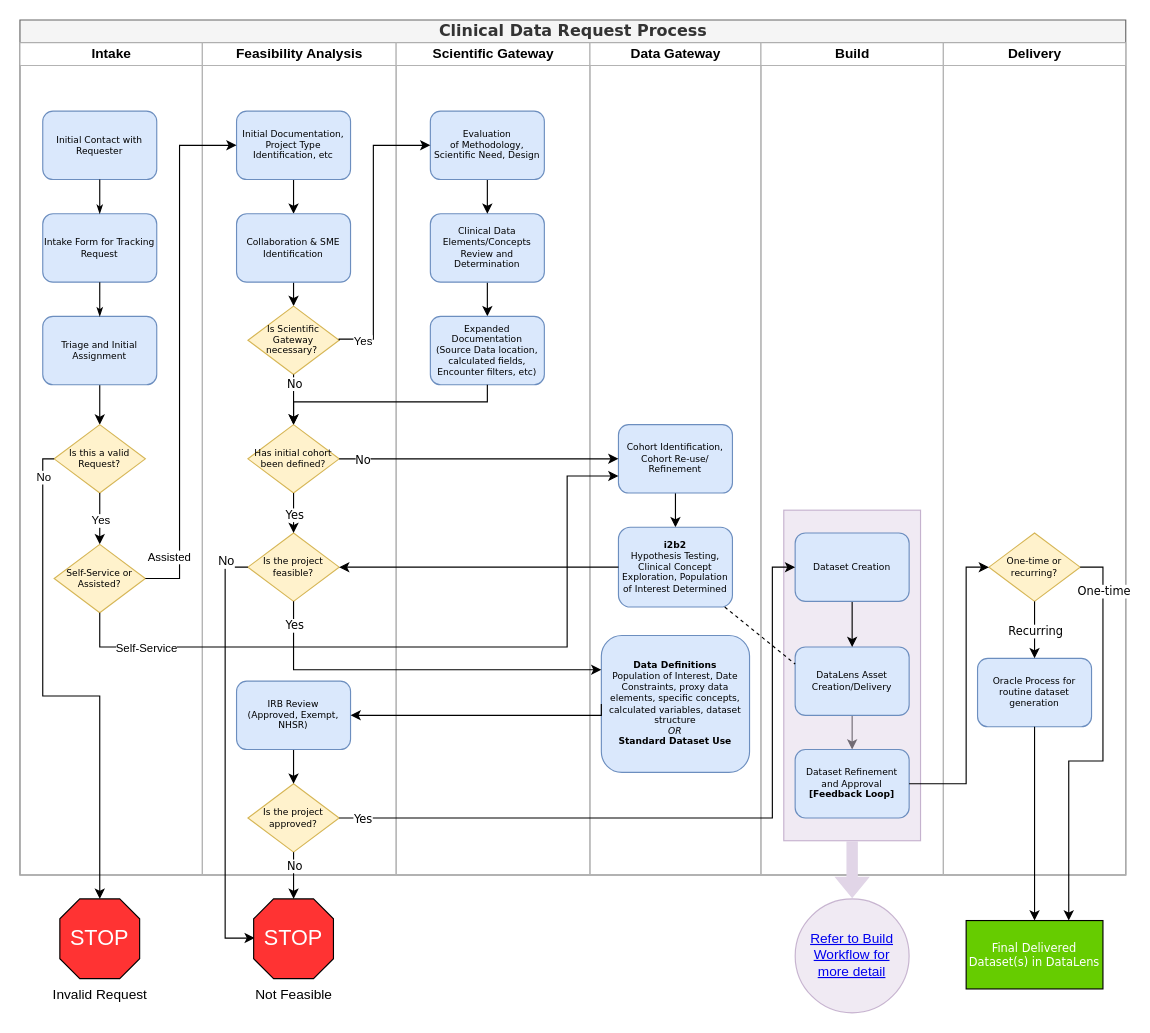
This is page "Overall Workflow" (1 of 7) of Clinical Data Request.drawio from ntimkovich/UAB-II-Diagrams, a draw.io file, before an edit. Source tidied: cells renumbered, new cells numbered last; positions are measured from the earlier drawing's top-left corner, leaving out a move shared by most shapes. Both pictures are drawn from the tidied source at 114%, with x=0, y=0 at pixel (19, 19).
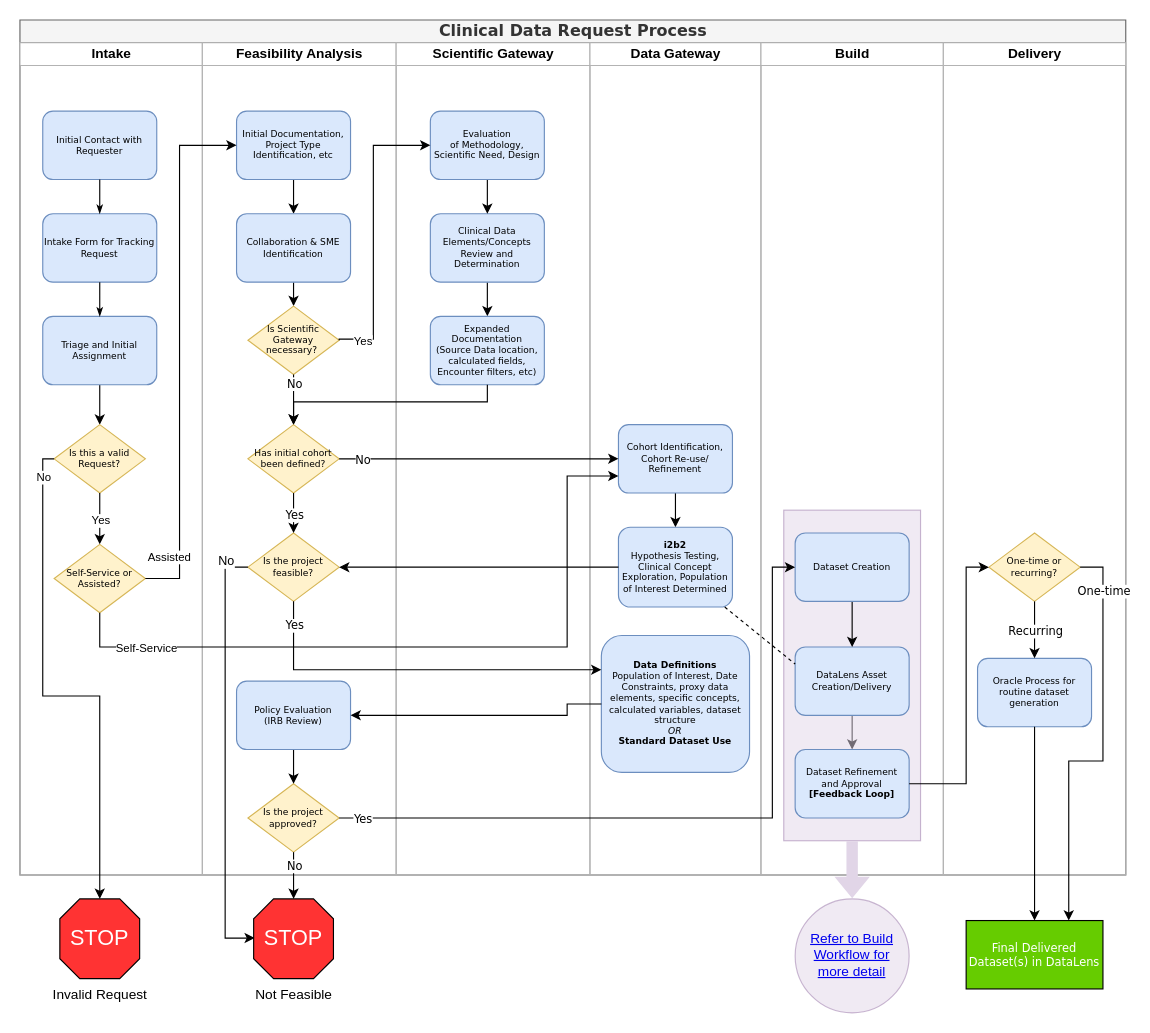
Above is the later version.

Unchanged cells that the change refers to:
```xml
<mxCell id="2" value="Clinical Data Request Process" style="swimlane;html=1;startSize=20;rounded=0;shadow=0;labelBackgroundColor=none;strokeWidth=1;fontFamily=Verdana;fontSize=14;align=center;fillColor=#f5f5f5;fontColor=#333333;strokeColor=#666666;" parent="1" vertex="1">
  <mxGeometry width="970" height="750" as="geometry" />
</mxCell>
<mxCell id="14" value="Feasibility Analysis" style="swimlane;html=1;startSize=20;strokeColor=#B3B3B3;" parent="2" vertex="1">
  <mxGeometry x="160" y="20" width="170" height="730" as="geometry" />
</mxCell>
<mxCell id="39" value="&lt;b&gt;Data Definitions&lt;/b&gt;&lt;br&gt;Population of Interest, Date Constraints, proxy data elements, specific concepts, calculated variables, dataset structure&lt;br&gt;&lt;i&gt;OR&lt;/i&gt;&lt;br&gt;&lt;b&gt;Standard Dataset Use&lt;/b&gt;" style="rounded=1;whiteSpace=wrap;html=1;shadow=0;labelBackgroundColor=none;strokeWidth=1;fontFamily=Verdana;fontSize=8;align=center;fillColor=#dae8fc;strokeColor=#6c8ebf;" parent="35" vertex="1">
  <mxGeometry x="10" y="520" width="130" height="120" as="geometry" />
</mxCell>
```

Change to the diagram source:
```diff
@@
-    <mxCell id="28" value="IRB Review&lt;br&gt;(Approved, Exempt, NHSR)" style="rounded=1;whiteSpace=wrap;html=1;shadow=0;labelBackgroundColor=none;strokeWidth=1;fontFamily=Verdana;fontSize=8;align=center;fillColor=#dae8fc;strokeColor=#6c8ebf;" parent="14" vertex="1">
+    <mxCell id="28" value="Policy Evaluation &lt;br&gt;(IRB Review)" style="rounded=1;whiteSpace=wrap;html=1;shadow=0;labelBackgroundColor=none;strokeWidth=1;fontFamily=Verdana;fontSize=8;align=center;fillColor=#dae8fc;strokeColor=#6c8ebf;" parent="14" vertex="1">
       <mxGeometry x="30" y="560" width="100" height="60" as="geometry" />
     </mxCell>
@@
     <mxCell id="68" style="edgeStyle=orthogonalEdgeStyle;rounded=0;jettySize=auto;html=1;exitX=0;exitY=0.5;exitDx=0;exitDy=0;entryX=1;entryY=0.5;entryDx=0;entryDy=0;fontSize=10;fontColor=#FFFFFF;" parent="2" edge="1" source="39" target="28">
       <mxGeometry relative="1" as="geometry">
         <Array as="points">
-          <mxPoint x="510" y="610" />
+          <mxPoint x="480" y="600" />
+          <mxPoint x="480" y="610" />
         </Array>
       </mxGeometry>
     </mxCell>
```
